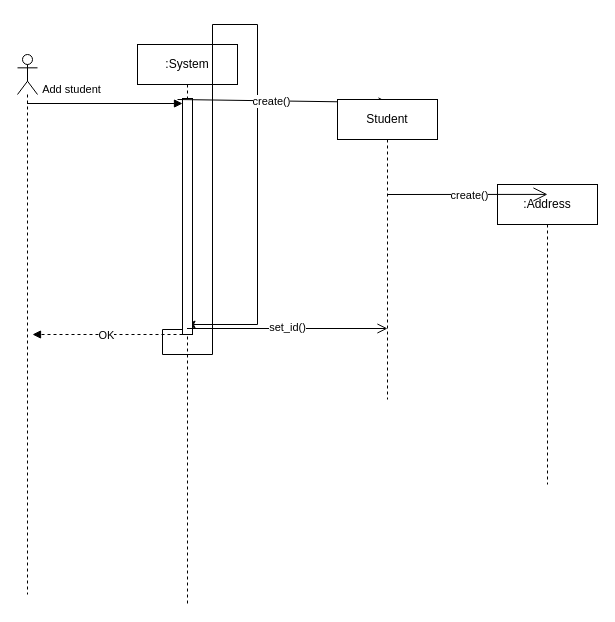
MelissaHOA/EXO_Gestion_Ecole keeps this draw.io diagram as doc/DiagrammeSequence.drawio. Above is the earlier version. Source tidied: cells renumbered, new cells numbered last; positions are measured from the earlier drawing's top-left corner, leaving out a move shared by most shapes. Both pictures are drawn from the tidied source at 100%, with x=0, y=0 at pixel (17, 44).
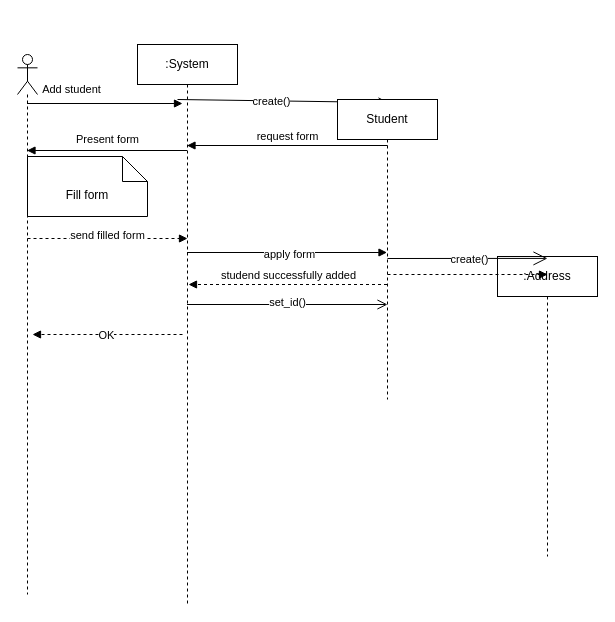
After the change.

Commit message (it also covers changes not shown here):
Correction of addd student sequence scheme

Unchanged cells that the change refers to:
```xml
<mxCell id="2" style="shape=umlLifeline;perimeter=lifelinePerimeter;whiteSpace=wrap;html=1;outlineConnect=0;portConstraint=eastwest;newEdgeStyle={&quot;curved&quot;:0,&quot;rounded&quot;:0};participant=umlActor;" parent="1" vertex="1">
  <mxGeometry y="10" width="20" height="540" as="geometry" />
</mxCell>
<mxCell id="3" value=":System" style="shape=umlLifeline;perimeter=lifelinePerimeter;whiteSpace=wrap;html=1;outlineConnect=0;portConstraint=eastwest;newEdgeStyle={&quot;curved&quot;:0,&quot;rounded&quot;:0};" parent="1" vertex="1">
  <mxGeometry x="120" width="100" height="560" as="geometry" />
</mxCell>
<mxCell id="12" value="Student" style="shape=umlLifeline;perimeter=lifelinePerimeter;whiteSpace=wrap;html=1;outlineConnect=0;portConstraint=eastwest;newEdgeStyle={&quot;curved&quot;:0,&quot;rounded&quot;:0};" parent="1" vertex="1">
  <mxGeometry x="320" y="55" width="100" height="300" as="geometry" />
</mxCell>
```

Change to the diagram source:
```diff
@@
-    <mxCell id="4" style="edgeStyle=orthogonalEdgeStyle;rounded=0;jettySize=auto;html=1;curved=0;exitX=0;exitY=1;exitDx=0;exitDy=-5;exitPerimeter=0;" parent="3" edge="1" source="5" target="3">
-      <mxGeometry relative="1" as="geometry" />
-    </mxCell>
-    <mxCell id="5" style="html=1;points=[[0,0,0,0,5],[0,1,0,0,-5],[1,0,0,0,5],[1,1,0,0,-5]];perimeter=orthogonalPerimeter;outlineConnect=0;targetShapes=umlLifeline;portConstraint=eastwest;newEdgeStyle={&quot;curved&quot;:0,&quot;rounded&quot;:0};" parent="3" vertex="1">
-      <mxGeometry x="45" y="54" width="10" height="236" as="geometry" />
-    </mxCell>
-    <mxCell id="6" value="Add student" style="html=1;verticalAlign=bottom;endArrow=block;curved=0;rounded=0;entryX=0;entryY=0;entryDx=0;entryDy=5;" parent="1" edge="1" source="2" target="5">
-      <mxGeometry x="-0.43" y="5" relative="1" as="geometry" />
+    <mxCell id="6" value="Add student" style="html=1;verticalAlign=bottom;endArrow=block;curved=0;rounded=0;entryX=0;entryY=0;entryDx=0;entryDy=5;" parent="1" edge="1" source="2">
+      <mxGeometry x="-0.43" y="5" relative="1" as="geometry">
+        <mxPoint x="165" y="59" as="targetPoint" />
+      </mxGeometry>
     </mxCell>
     <mxCell id="7" value=":Address" style="shape=umlLifeline;perimeter=lifelinePerimeter;whiteSpace=wrap;html=1;outlineConnect=0;portConstraint=eastwest;newEdgeStyle={&quot;curved&quot;:0,&quot;rounded&quot;:0};" parent="1" vertex="1">
-      <mxGeometry x="480" y="140" width="100" height="300" as="geometry" />
+      <mxGeometry x="480" y="212" width="100" height="300" as="geometry" />
     </mxCell>
-    <mxCell id="8" style="endArrow=open;endFill=1;endSize=12;html=1;rounded=0;entryX=0.5;entryY=0.033;entryDx=0;entryDy=0;entryPerimeter=0;" parent="1" edge="1" target="7">
+    <mxCell id="8" style="endArrow=open;endFill=1;endSize=12;html=1;rounded=0;entryX=0.5;entryY=0.033;entryDx=0;entryDy=0;entryPerimeter=0;" parent="1" edge="1">
       <mxGeometry relative="1" as="geometry">
-        <mxPoint x="370" y="150" as="sourcePoint" />
+        <mxPoint x="370" y="214" as="sourcePoint" />
+        <mxPoint x="530" y="213.9" as="targetPoint" />
       </mxGeometry>
     </mxCell>
@@
     <mxCell id="13" style="endArrow=open;startArrow=none;endFill=0;startFill=0;endSize=8;html=1;verticalAlign=bottom;labelBackgroundColor=none;strokeWidth=1;rounded=0;" parent="1" edge="1">
       <mxGeometry relative="1" as="geometry">
-        <mxPoint x="169.5" y="284" as="sourcePoint" />
-        <mxPoint x="370" y="284" as="targetPoint" />
+        <mxPoint x="169.5" y="260" as="sourcePoint" />
+        <mxPoint x="370" y="260" as="targetPoint" />
       </mxGeometry>
     </mxCell>
     <mxCell id="14" value="set_id()" style="edgeLabel;html=1;align=center;verticalAlign=middle;" parent="13" vertex="1">
       <mxGeometry x="-0.01" y="2" relative="1" as="geometry">
-        <mxPoint x="1" as="offset" />
+        <mxPoint x="1" y="-1" as="offset" />
       </mxGeometry>
     </mxCell>
@@
+    <mxCell id="17" value="request form" style="html=1;verticalAlign=bottom;labelBackgroundColor=none;endArrow=block;endFill=1;rounded=0;" parent="1" edge="1">
+      <mxGeometry relative="1" as="geometry">
+        <mxPoint x="370" y="101" as="sourcePoint" />
+        <mxPoint x="169.5" y="101" as="targetPoint" />
+      </mxGeometry>
+    </mxCell>
+    <mxCell id="18" style="html=1;verticalAlign=bottom;labelBackgroundColor=none;endArrow=block;endFill=1;rounded=0;" parent="1" edge="1">
+      <mxGeometry relative="1" as="geometry">
+        <mxPoint x="169.5" y="106" as="sourcePoint" />
+        <mxPoint x="9.5" y="106" as="targetPoint" />
+      </mxGeometry>
+    </mxCell>
+    <mxCell id="19" value="Present form" style="edgeLabel;html=1;align=center;verticalAlign=middle;" parent="18" vertex="1">
+      <mxGeometry x="0.01" relative="1" as="geometry">
+        <mxPoint x="1" y="-12" as="offset" />
+      </mxGeometry>
+    </mxCell>
+    <mxCell id="20" value="Fill form" style="shape=note2;boundedLbl=1;whiteSpace=wrap;html=1;size=25;verticalAlign=top;align=center;" parent="1" vertex="1">
+      <mxGeometry x="10" y="112" width="120" height="60" as="geometry" />
+    </mxCell>
+    <mxCell id="21" style="html=1;verticalAlign=bottom;labelBackgroundColor=none;endArrow=block;endFill=1;dashed=1;rounded=0;" parent="1" edge="1">
+      <mxGeometry relative="1" as="geometry">
+        <mxPoint x="10" y="194" as="sourcePoint" />
+        <mxPoint x="170" y="194" as="targetPoint" />
+      </mxGeometry>
+    </mxCell>
+    <mxCell id="22" value="send filled form" style="edgeLabel;html=1;align=center;verticalAlign=middle;" parent="21" vertex="1">
+      <mxGeometry x="-0.01" y="4" relative="1" as="geometry" />
+    </mxCell>
+    <mxCell id="23" style="html=1;verticalAlign=bottom;labelBackgroundColor=none;endArrow=block;endFill=1;rounded=0;" parent="1" edge="1">
+      <mxGeometry relative="1" as="geometry">
+        <mxPoint x="169.5" y="208" as="sourcePoint" />
+        <mxPoint x="369.5" y="208" as="targetPoint" />
+      </mxGeometry>
+    </mxCell>
+    <mxCell id="24" value="apply form" style="edgeLabel;html=1;align=center;verticalAlign=middle;" parent="23" vertex="1">
+      <mxGeometry x="0.01" y="-1" relative="1" as="geometry">
+        <mxPoint x="1" as="offset" />
+      </mxGeometry>
+    </mxCell>
+    <mxCell id="25" style="html=1;verticalAlign=bottom;labelBackgroundColor=none;endArrow=block;endFill=1;dashed=1;rounded=0;" parent="1" edge="1">
+      <mxGeometry relative="1" as="geometry">
+        <mxPoint x="370" y="230" as="sourcePoint" />
+        <mxPoint x="530" y="230" as="targetPoint" />
+      </mxGeometry>
+    </mxCell>
+    <mxCell id="26" value="studend successfully added" style="html=1;verticalAlign=bottom;labelBackgroundColor=none;endArrow=block;endFill=1;dashed=1;rounded=0;" parent="1" edge="1" source="12">
+      <mxGeometry relative="1" as="geometry">
+        <mxPoint x="171" y="240" as="targetPoint" />
+      </mxGeometry>
+    </mxCell>
```
